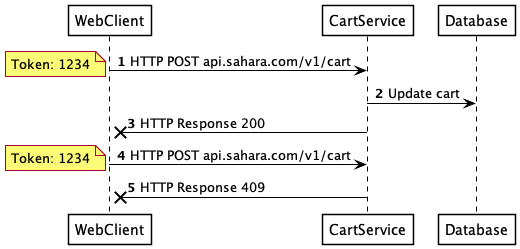
Earlier version of the PlantUML export slides/distributed1/diagrams/drop2Fix.png (CSSE6400/software-architecture).
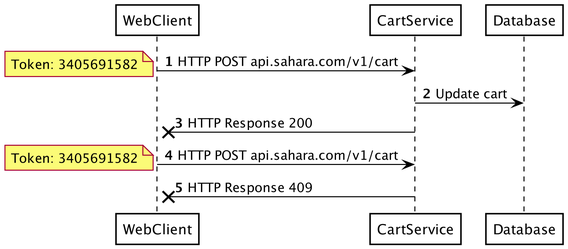
The same diagram one commit later.

The edit, as a diff of the source:
```diff
@@ -1,18 +1,20 @@
 @startuml drop2Fix
+skinparamlocked dpi 300
 skinparam shadowing false
 skinparam ParticipantBorderColor black
 skinparam ArrowColor black
 skinparam ParticipantBackgroundColor white
 skinparam ParticipantFontColor black
 skinparam SequenceLifeLineBorderColor black
+skinparam dpi 300
 
 autonumber
 WebClient -> CartService : HTTP POST api.sahara.com/v1/cart
-note left: Token: 1234
+note left: Token: 3405691582
 CartService -> Database : Update cart
 CartService ->x WebClient : HTTP Response 200
 WebClient -> CartService : HTTP POST api.sahara.com/v1/cart
-note left: Token: 1234
+note left: Token: 3405691582
 CartService ->x WebClient : HTTP Response 409
 
 @enduml
```
